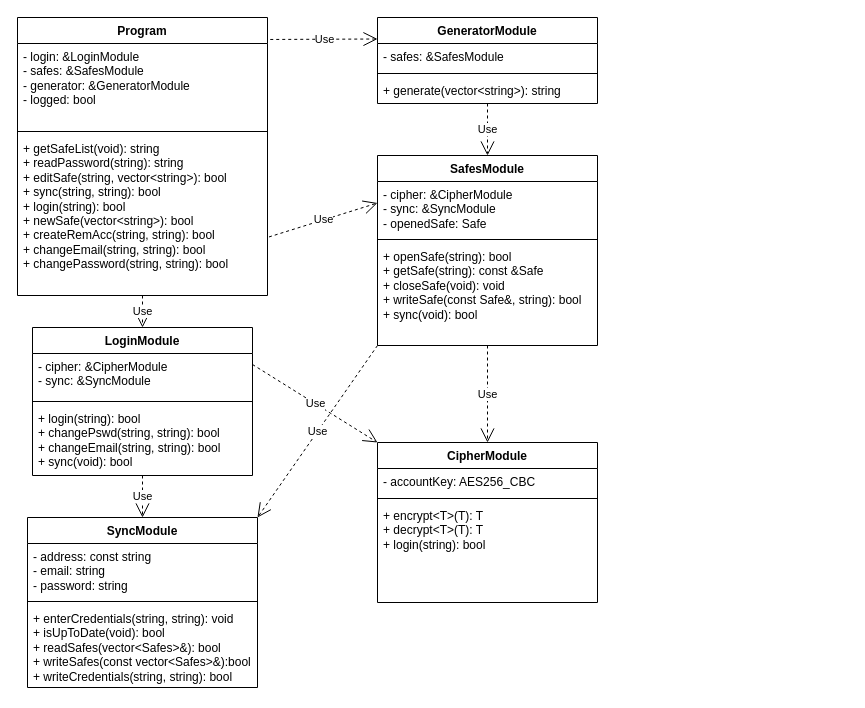
The draw.io diagram UML/klasy.drawio in sushio4/password-manager, before the edit. Source tidied: cells renumbered, new cells numbered last; positions are measured from the earlier drawing's top-left corner, leaving out a move shared by most shapes. Both pictures are drawn from the tidied source at 100%, with x=0, y=0 at pixel (17, 17).
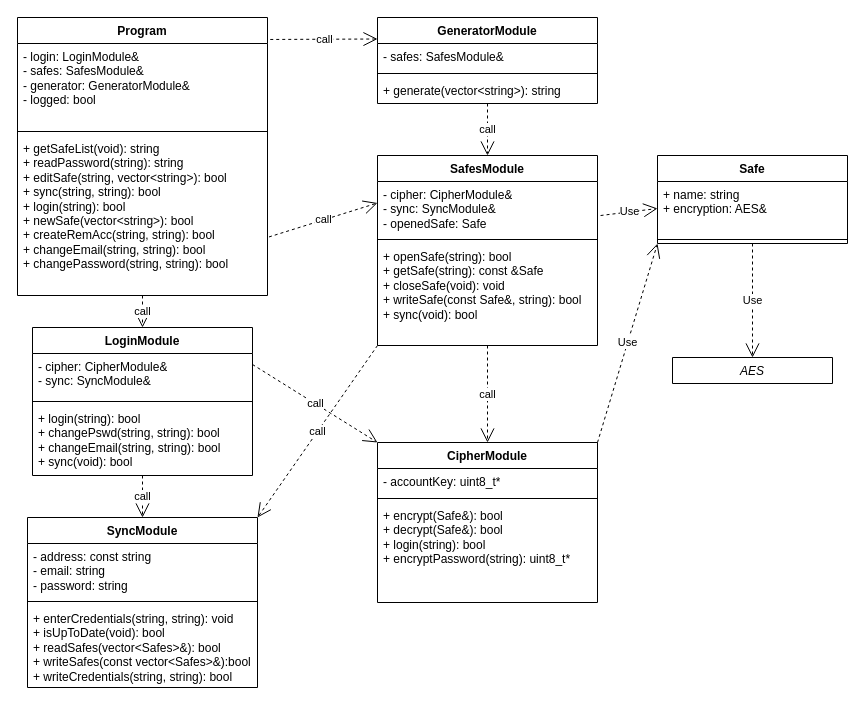
After the change.

Commit message:
Updated class diagram

Unchanged cells that the change refers to:
```xml
<mxCell id="2" value="Program" style="swimlane;fontStyle=1;align=center;verticalAlign=top;horizontal=1;startSize=26;whiteSpace=wrap;html=1;" parent="1" vertex="1">
  <mxGeometry width="250" height="278" as="geometry" />
</mxCell>
<mxCell id="5" value="&lt;div&gt;+ getSafeList(void): string&lt;br&gt;&lt;/div&gt;&lt;div&gt;+ readPassword(string): string&lt;br&gt;&lt;/div&gt;&lt;div&gt;+ editSafe(string, vector&amp;lt;string&amp;gt;): bool&lt;br&gt;&lt;/div&gt;&lt;div&gt;+ sync(string, string): bool&lt;/div&gt;&lt;div&gt;+ login(string): bool&lt;br&gt;&lt;/div&gt;&lt;div&gt;+ newSafe(vector&amp;lt;string&amp;gt;): bool&lt;/div&gt;&lt;div&gt;+ createRemAcc(string, string): bool&lt;/div&gt;&lt;div&gt;+ changeEmail(string, string): bool&lt;br&gt;&lt;/div&gt;&lt;div&gt;+ changePassword(string, string): bool&lt;br&gt;&lt;/div&gt;" style="text;strokeColor=none;fillColor=none;align=left;verticalAlign=top;spacingLeft=4;spacingRight=4;overflow=hidden;points=[[0,0.5],[1,0.5]];portConstraint=eastwest;whiteSpace=wrap;html=1;" parent="2" vertex="1">
  <mxGeometry y="118" width="250" height="160" as="geometry" />
</mxCell>
<mxCell id="6" value="GeneratorModule" style="swimlane;fontStyle=1;align=center;verticalAlign=top;horizontal=1;startSize=26;whiteSpace=wrap;html=1;" parent="1" vertex="1">
  <mxGeometry x="360" width="220" height="86" as="geometry" />
</mxCell>
<mxCell id="10" value="SafesModule" style="swimlane;fontStyle=1;align=center;verticalAlign=top;horizontal=1;startSize=26;whiteSpace=wrap;html=1;" parent="1" vertex="1">
  <mxGeometry x="360" y="138" width="220" height="190" as="geometry" />
</mxCell>
<mxCell id="14" value="LoginModule" style="swimlane;fontStyle=1;align=center;verticalAlign=top;horizontal=1;startSize=26;whiteSpace=wrap;html=1;" parent="1" vertex="1">
  <mxGeometry x="15" y="310" width="220" height="148" as="geometry" />
</mxCell>
<mxCell id="22" value="CipherModule" style="swimlane;fontStyle=1;align=center;verticalAlign=top;horizontal=1;startSize=26;whiteSpace=wrap;html=1;" parent="1" vertex="1">
  <mxGeometry x="360" y="425" width="220" height="160" as="geometry" />
</mxCell>
<mxCell id="28" value="SyncModule" style="swimlane;fontStyle=1;align=center;verticalAlign=top;horizontal=1;startSize=26;whiteSpace=wrap;html=1;" parent="1" vertex="1">
  <mxGeometry x="10" y="500" width="230" height="170" as="geometry" />
</mxCell>
```

The edit, as a diff of the source:
```diff
@@
-    <mxCell id="3" value="&lt;div&gt;- login: &amp;amp;LoginModule&lt;/div&gt;&lt;div&gt;- safes: &amp;amp;SafesModule&lt;/div&gt;&lt;div&gt;- generator: &amp;amp;GeneratorModule&lt;/div&gt;&lt;div&gt;- logged: bool&lt;br&gt;&lt;/div&gt;" style="text;strokeColor=none;fillColor=none;align=left;verticalAlign=top;spacingLeft=4;spacingRight=4;overflow=hidden;points=[[0,0.5],[1,0.5]];portConstraint=eastwest;whiteSpace=wrap;html=1;" parent="2" vertex="1">
+    <mxCell id="3" value="&lt;div&gt;- login: LoginModule&amp;amp;&lt;/div&gt;&lt;div&gt;- safes: SafesModule&amp;amp;&lt;/div&gt;&lt;div&gt;- generator: GeneratorModule&amp;amp;&lt;/div&gt;&lt;div&gt;- logged: bool&lt;br&gt;&lt;/div&gt;" style="text;strokeColor=none;fillColor=none;align=left;verticalAlign=top;spacingLeft=4;spacingRight=4;overflow=hidden;points=[[0,0.5],[1,0.5]];portConstraint=eastwest;whiteSpace=wrap;html=1;" parent="2" vertex="1">
       <mxGeometry y="26" width="250" height="84" as="geometry" />
     </mxCell>
@@
-    <mxCell id="7" value="- safes: &amp;amp;SafesModule" style="text;strokeColor=none;fillColor=none;align=left;verticalAlign=top;spacingLeft=4;spacingRight=4;overflow=hidden;whiteSpace=wrap;html=1;" parent="6" vertex="1">
+    <mxCell id="7" value="- safes: SafesModule&amp;amp;" style="text;strokeColor=none;fillColor=none;align=left;verticalAlign=top;spacingLeft=4;spacingRight=4;overflow=hidden;whiteSpace=wrap;html=1;" parent="6" vertex="1">
       <mxGeometry y="26" width="220" height="26" as="geometry" />
     </mxCell>
@@
-    <mxCell id="11" value="&lt;div&gt;- cipher: &amp;amp;CipherModule&lt;/div&gt;&lt;div&gt;- sync: &amp;amp;SyncModule&lt;br&gt;&lt;/div&gt;&lt;div&gt;- openedSafe: Safe&lt;br&gt;&lt;/div&gt;" style="text;strokeColor=none;fillColor=none;align=left;verticalAlign=top;spacingLeft=4;spacingRight=4;overflow=hidden;points=[[0,0.5],[1,0.5]];portConstraint=eastwest;whiteSpace=wrap;html=1;" parent="10" vertex="1">
+    <mxCell id="11" value="&lt;div&gt;- cipher: CipherModule&amp;amp;&lt;/div&gt;&lt;div&gt;- sync: SyncModule&amp;amp;&lt;br&gt;&lt;/div&gt;&lt;div&gt;- openedSafe: Safe&lt;br&gt;&lt;/div&gt;" style="text;strokeColor=none;fillColor=none;align=left;verticalAlign=top;spacingLeft=4;spacingRight=4;overflow=hidden;points=[[0,0.5],[1,0.5]];portConstraint=eastwest;whiteSpace=wrap;html=1;" parent="10" vertex="1">
       <mxGeometry y="26" width="220" height="54" as="geometry" />
     </mxCell>
@@
-    <mxCell id="15" value="&lt;div&gt;- cipher: &amp;amp;CipherModule&lt;/div&gt;&lt;div&gt;- sync: &amp;amp;SyncModule&lt;br&gt;&lt;/div&gt;" style="text;strokeColor=none;fillColor=none;align=left;verticalAlign=top;spacingLeft=4;spacingRight=4;overflow=hidden;whiteSpace=wrap;html=1;" parent="14" vertex="1">
+    <mxCell id="15" value="&lt;div&gt;- cipher: CipherModule&amp;amp;&lt;/div&gt;&lt;div&gt;- sync: SyncModule&amp;amp;&lt;br&gt;&lt;/div&gt;" style="text;strokeColor=none;fillColor=none;align=left;verticalAlign=top;spacingLeft=4;spacingRight=4;overflow=hidden;whiteSpace=wrap;html=1;" parent="14" vertex="1">
       <mxGeometry y="26" width="220" height="44" as="geometry" />
     </mxCell>
@@
-    <mxCell id="18" value="Use" style="endArrow=open;endSize=12;dashed=1;html=1;rounded=0;entryX=0.5;entryY=0;entryDx=0;entryDy=0;exitX=0.5;exitY=1;exitDx=0;exitDy=0;" parent="1" edge="1" source="2" target="14">
+    <mxCell id="18" value="call" style="endArrow=open;endSize=12;dashed=1;html=1;rounded=0;entryX=0.5;entryY=0;entryDx=0;entryDy=0;exitX=0.5;exitY=1;exitDx=0;exitDy=0;" parent="1" edge="1" source="2" target="14">
       <mxGeometry relative="1" as="geometry" />
     </mxCell>
-    <mxCell id="19" value="Use" style="endArrow=open;endSize=12;dashed=1;html=1;rounded=0;entryX=0;entryY=0.25;entryDx=0;entryDy=0;exitX=1.011;exitY=-0.048;exitDx=0;exitDy=0;exitPerimeter=0;" parent="1" edge="1" source="3" target="6">
+    <mxCell id="19" value="call" style="endArrow=open;endSize=12;dashed=1;html=1;rounded=0;entryX=0;entryY=0.25;entryDx=0;entryDy=0;exitX=1.011;exitY=-0.048;exitDx=0;exitDy=0;exitPerimeter=0;" parent="1" edge="1" source="3" target="6">
       <mxGeometry relative="1" as="geometry" />
     </mxCell>
-    <mxCell id="20" value="Use" style="endArrow=open;endSize=12;dashed=1;html=1;rounded=0;exitX=1.006;exitY=0.634;exitDx=0;exitDy=0;exitPerimeter=0;entryX=0;entryY=0.25;entryDx=0;entryDy=0;" parent="1" edge="1" source="5" target="10">
+    <mxCell id="20" value="call" style="endArrow=open;endSize=12;dashed=1;html=1;rounded=0;exitX=1.006;exitY=0.634;exitDx=0;exitDy=0;exitPerimeter=0;entryX=0;entryY=0.25;entryDx=0;entryDy=0;" parent="1" edge="1" source="5" target="10">
       <mxGeometry relative="1" as="geometry" />
     </mxCell>
-    <mxCell id="21" value="Use" style="endArrow=open;endSize=12;dashed=1;html=1;rounded=0;exitX=0.5;exitY=1;exitDx=0;exitDy=0;entryX=0.5;entryY=0;entryDx=0;entryDy=0;" parent="1" edge="1" source="6" target="10">
+    <mxCell id="21" value="call" style="endArrow=open;endSize=12;dashed=1;html=1;rounded=0;exitX=0.5;exitY=1;exitDx=0;exitDy=0;entryX=0.5;entryY=0;entryDx=0;entryDy=0;" parent="1" edge="1" source="6" target="10">
       <mxGeometry relative="1" as="geometry" />
     </mxCell>
@@
-    <mxCell id="23" value="- accountKey: AES256_CBC" style="text;strokeColor=none;fillColor=none;align=left;verticalAlign=top;spacingLeft=4;spacingRight=4;overflow=hidden;whiteSpace=wrap;html=1;" parent="22" vertex="1">
+    <mxCell id="23" value="- accountKey: uint8_t*" style="text;strokeColor=none;fillColor=none;align=left;verticalAlign=top;spacingLeft=4;spacingRight=4;overflow=hidden;whiteSpace=wrap;html=1;" parent="22" vertex="1">
       <mxGeometry y="26" width="220" height="26" as="geometry" />
     </mxCell>
@@
-    <mxCell id="25" value="&lt;div&gt;+ encrypt&amp;lt;T&amp;gt;(T): T&lt;br&gt;&lt;/div&gt;&lt;div&gt;+ decrypt&amp;lt;T&amp;gt;(T): T&lt;br&gt;&lt;/div&gt;&lt;div&gt;+ login(string): bool&lt;br&gt;&lt;/div&gt;" style="text;strokeColor=none;fillColor=none;align=left;verticalAlign=top;spacingLeft=4;spacingRight=4;overflow=hidden;whiteSpace=wrap;html=1;" parent="22" vertex="1">
+    <mxCell id="25" value="&lt;div&gt;+ encrypt(Safe&amp;amp;): bool&lt;br&gt;&lt;/div&gt;&lt;div&gt;+ decrypt(Safe&amp;amp;): bool&lt;br&gt;&lt;/div&gt;&lt;div&gt;+ login(string): bool&lt;br&gt;&lt;/div&gt;&lt;div&gt;+ encryptPassword(string): uint8_t*&lt;br&gt;&lt;/div&gt;" style="text;strokeColor=none;fillColor=none;align=left;verticalAlign=top;spacingLeft=4;spacingRight=4;overflow=hidden;whiteSpace=wrap;html=1;" parent="22" vertex="1">
       <mxGeometry y="60" width="220" height="100" as="geometry" />
     </mxCell>
-    <mxCell id="26" value="Use" style="endArrow=open;endSize=12;dashed=1;html=1;rounded=0;entryX=0;entryY=0;entryDx=0;entryDy=0;exitX=1;exitY=0.25;exitDx=0;exitDy=0;" parent="1" edge="1" source="14" target="22">
+    <mxCell id="26" value="call" style="endArrow=open;endSize=12;dashed=1;html=1;rounded=0;entryX=0;entryY=0;entryDx=0;entryDy=0;exitX=1;exitY=0.25;exitDx=0;exitDy=0;" parent="1" edge="1" source="14" target="22">
       <mxGeometry relative="1" as="geometry" />
     </mxCell>
-    <mxCell id="27" value="Use" style="endArrow=open;endSize=12;dashed=1;html=1;rounded=0;exitX=0.5;exitY=1;exitDx=0;exitDy=0;entryX=0.5;entryY=0;entryDx=0;entryDy=0;" parent="1" edge="1" source="10" target="22">
+    <mxCell id="27" value="call" style="endArrow=open;endSize=12;dashed=1;html=1;rounded=0;exitX=0.5;exitY=1;exitDx=0;exitDy=0;entryX=0.5;entryY=0;entryDx=0;entryDy=0;" parent="1" edge="1" source="10" target="22">
       <mxGeometry relative="1" as="geometry" />
     </mxCell>
@@
-    <mxCell id="32" value="Use" style="endArrow=open;endSize=12;dashed=1;html=1;rounded=0;entryX=0.5;entryY=0;entryDx=0;entryDy=0;exitX=0.5;exitY=1;exitDx=0;exitDy=0;" parent="1" edge="1" source="14" target="28">
+    <mxCell id="32" value="call" style="endArrow=open;endSize=12;dashed=1;html=1;rounded=0;entryX=0.5;entryY=0;entryDx=0;entryDy=0;exitX=0.5;exitY=1;exitDx=0;exitDy=0;" parent="1" edge="1" source="14" target="28">
       <mxGeometry relative="1" as="geometry" />
     </mxCell>
-    <mxCell id="33" value="Use" style="endArrow=open;endSize=12;dashed=1;html=1;rounded=0;entryX=1;entryY=0;entryDx=0;entryDy=0;exitX=0;exitY=1;exitDx=0;exitDy=0;" parent="1" edge="1" source="10" target="28">
+    <mxCell id="33" value="call" style="endArrow=open;endSize=12;dashed=1;html=1;rounded=0;entryX=1;entryY=0;entryDx=0;entryDy=0;exitX=0;exitY=1;exitDx=0;exitDy=0;" parent="1" edge="1" source="10" target="28">
       <mxGeometry relative="1" as="geometry" />
     </mxCell>
+    <mxCell id="34" value="Safe" style="swimlane;fontStyle=1;align=center;verticalAlign=top;horizontal=1;startSize=26;whiteSpace=wrap;html=1;" parent="1" vertex="1">
+      <mxGeometry x="640" y="138" width="190" height="88" as="geometry" />
+    </mxCell>
+    <mxCell id="35" value="+ name: string&lt;div&gt;+ encryption: AES&amp;amp;&lt;br&gt;&lt;/div&gt;" style="text;strokeColor=none;fillColor=none;align=left;verticalAlign=top;spacingLeft=4;spacingRight=4;overflow=hidden;points=[[0,0.5],[1,0.5]];portConstraint=eastwest;whiteSpace=wrap;html=1;" parent="34" vertex="1">
+      <mxGeometry y="26" width="190" height="54" as="geometry" />
+    </mxCell>
+    <mxCell id="36" style="line;strokeWidth=1;fillColor=none;align=left;verticalAlign=middle;spacingTop=-1;spacingLeft=3;spacingRight=3;labelPosition=right;strokeColor=inherit;" parent="34" vertex="1">
+      <mxGeometry y="80" width="190" height="8" as="geometry" />
+    </mxCell>
+    <mxCell id="37" value="Use" style="endArrow=open;endSize=12;dashed=1;html=1;rounded=0;exitX=1;exitY=0;exitDx=0;exitDy=0;entryX=0;entryY=1;entryDx=0;entryDy=0;" parent="1" edge="1" source="22" target="34">
+      <mxGeometry relative="1" as="geometry" />
+    </mxCell>
+    <mxCell id="38" value="Use" style="endArrow=open;endSize=12;dashed=1;html=1;rounded=0;exitX=1.014;exitY=0.63;exitDx=0;exitDy=0;exitPerimeter=0;entryX=0;entryY=0.5;entryDx=0;entryDy=0;" parent="1" edge="1" source="11" target="35">
+      <mxGeometry relative="1" as="geometry" />
+    </mxCell>
+    <mxCell id="39" value="AES" style="swimlane;fontStyle=2;align=center;verticalAlign=top;horizontal=1;startSize=26;rounded=0;shadow=0;strokeWidth=1;whiteSpace=wrap;" parent="1" vertex="1" collapsed="1">
+      <mxGeometry x="655" y="340" width="160" height="26" as="geometry" />
+    </mxCell>
+    <mxCell id="40" value="Use" style="endArrow=open;endSize=12;dashed=1;html=1;rounded=0;exitX=0.5;exitY=1;exitDx=0;exitDy=0;entryX=0.5;entryY=0;entryDx=0;entryDy=0;" parent="1" edge="1" source="34" target="39">
+      <mxGeometry relative="1" as="geometry" />
+    </mxCell>
```
